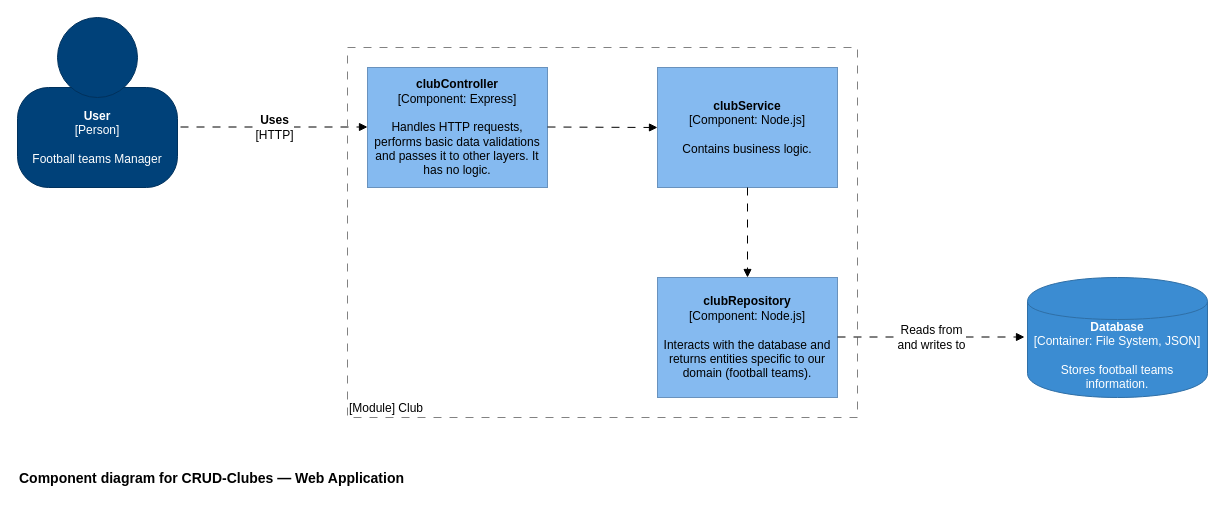
Leonelmarianog/crud-clubes keeps this draw.io diagram as docs/crud-clubes-level-3-diagram.drawio. Above is the earlier version. Source tidied: cells renumbered, new cells numbered last; positions are measured from the earlier drawing's top-left corner, leaving out a move shared by most shapes. Both pictures are drawn from the tidied source at 100%, with x=0, y=0 at pixel (17, 17).
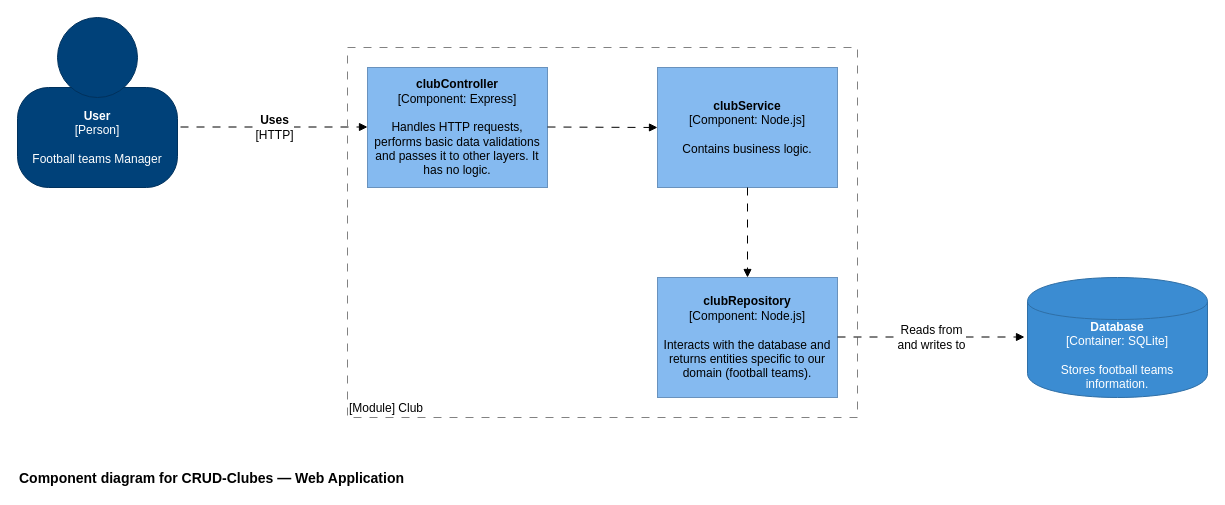
The same page after the edit.

What changed in the source:
```diff
@@
 <mxGraphModel background="#ffffff">
   <root>
     <mxCell id="0" />
     <mxCell id="1" parent="0" />
     <mxCell id="2" value="&lt;b style=&quot;font-size: 12px;&quot;&gt;Uses&lt;/b&gt;&lt;br style=&quot;font-size: 12px;&quot;&gt;[HTTP]" style="endArrow=block;html=1;fontSize=12;strokeWidth=1;endFill=1;dashed=1;dashPattern=8 8;elbow=vertical;entryX=0;entryY=0.5;entryDx=0;entryDy=0;exitX=1.019;exitY=0.4;exitDx=0;exitDy=0;exitPerimeter=0;" parent="1" edge="1">
       <mxGeometry relative="1" as="geometry">
         <mxPoint x="163" y="109.5" as="sourcePoint" />
         <mxPoint x="350" y="109.5" as="targetPoint" />
       </mxGeometry>
     </mxCell>
     <mxCell id="3" value="Component diagram for CRUD-Clubes &lt;span class=&quot;ILfuVd&quot;&gt;&lt;span class=&quot;hgKElc&quot;&gt;— Web Application&lt;br&gt;&lt;/span&gt;&lt;/span&gt;" style="text;html=1;align=left;verticalAlign=top;spacingTop=-4;fontSize=14;fontStyle=1;" parent="1" vertex="1">
       <mxGeometry y="450" width="410" height="20" as="geometry" />
     </mxCell>
-    <mxCell id="4" value="&lt;div style=&quot;color: rgb(255 , 255 , 255) ; white-space: normal ; font-size: 12px&quot;&gt;&lt;span style=&quot;font-size: 12px&quot;&gt;&lt;b style=&quot;font-size: 12px&quot;&gt;Database&lt;br style=&quot;font-size: 12px&quot;&gt;&lt;/b&gt;&lt;/span&gt;&lt;/div&gt;&lt;div style=&quot;color: rgb(255 , 255 , 255) ; font-size: 12px ; white-space: normal&quot;&gt;&lt;font style=&quot;font-size: 12px&quot;&gt;[Container: File System, JSON]&lt;/font&gt;&lt;/div&gt;&lt;div style=&quot;color: rgb(255 , 255 , 255) ; white-space: normal ; font-size: 12px&quot;&gt;&lt;font style=&quot;line-height: 9.6px ; font-size: 12px&quot;&gt;&lt;br style=&quot;font-size: 12px&quot;&gt;&lt;/font&gt;&lt;/div&gt;&lt;div style=&quot;color: rgb(255 , 255 , 255) ; white-space: normal ; font-size: 12px&quot;&gt;Stores football teams information.&lt;/div&gt;" style="shape=cylinder;whiteSpace=wrap;html=1;boundedLbl=1;backgroundOutline=1;strokeColor=#2F6FA6;strokeWidth=1;fillColor=#3B8CD2;fontSize=12;fontColor=#000000;align=center;" parent="1" vertex="1">
+    <mxCell id="4" value="&lt;div style=&quot;color: rgb(255 , 255 , 255) ; white-space: normal ; font-size: 12px&quot;&gt;&lt;span style=&quot;font-size: 12px&quot;&gt;&lt;b style=&quot;font-size: 12px&quot;&gt;Database&lt;br style=&quot;font-size: 12px&quot;&gt;&lt;/b&gt;&lt;/span&gt;&lt;/div&gt;&lt;div style=&quot;color: rgb(255 , 255 , 255) ; font-size: 12px ; white-space: normal&quot;&gt;&lt;font style=&quot;font-size: 12px&quot;&gt;[Container: SQLite]&lt;/font&gt;&lt;/div&gt;&lt;div style=&quot;color: rgb(255 , 255 , 255) ; white-space: normal ; font-size: 12px&quot;&gt;&lt;font style=&quot;line-height: 9.6px ; font-size: 12px&quot;&gt;&lt;br style=&quot;font-size: 12px&quot;&gt;&lt;/font&gt;&lt;/div&gt;&lt;div style=&quot;color: rgb(255 , 255 , 255) ; white-space: normal ; font-size: 12px&quot;&gt;Stores football teams information.&lt;/div&gt;" style="shape=cylinder;whiteSpace=wrap;html=1;boundedLbl=1;backgroundOutline=1;strokeColor=#2F6FA6;strokeWidth=1;fillColor=#3B8CD2;fontSize=12;fontColor=#000000;align=center;" parent="1" vertex="1">
       <mxGeometry x="1010" y="260" width="180" height="120" as="geometry" />
     </mxCell>
     <mxCell id="5" value="&lt;div&gt;&lt;font style=&quot;font-size: 12px&quot;&gt;&lt;br&gt;&lt;/font&gt;&lt;/div&gt;&lt;div&gt;&lt;font style=&quot;font-size: 12px&quot;&gt;&lt;br&gt;[Module] Club&lt;/font&gt;&lt;/div&gt;" style="rounded=0;whiteSpace=wrap;html=1;strokeColor=#828282;fillColor=none;fontColor=#000000;align=left;labelPosition=center;verticalLabelPosition=middle;verticalAlign=bottom;dashed=1;strokeWidth=1;perimeterSpacing=0;spacing=2;spacingTop=0;fontSize=12;dashPattern=8 8;" parent="1" vertex="1">
       <mxGeometry x="330" y="30" width="510" height="370" as="geometry" />
     </mxCell>
     <mxCell id="6" style="group;fontSize=12;" parent="1" vertex="1">
       <mxGeometry width="160" height="170" as="geometry" />
     </mxCell>
     <mxCell id="7" value="&lt;div style=&quot;color: rgb(255 , 255 , 255) ; white-space: normal&quot;&gt;&lt;font style=&quot;font-size: 12px&quot;&gt;&lt;span&gt;&lt;b&gt;User&lt;/b&gt;&lt;/span&gt;&lt;/font&gt;&lt;/div&gt;&lt;div style=&quot;color: rgb(255 , 255 , 255) ; white-space: normal&quot;&gt;&lt;font style=&quot;font-size: 12px&quot;&gt;[Person]&lt;/font&gt;&lt;/div&gt;&lt;div style=&quot;color: rgb(255 , 255 , 255) ; white-space: normal&quot;&gt;&lt;font style=&quot;font-size: 12px&quot;&gt;&lt;span&gt;&lt;br&gt;&lt;/span&gt;&lt;/font&gt;&lt;/div&gt;&lt;div style=&quot;color: rgb(255 , 255 , 255) ; white-space: normal&quot;&gt;&lt;font style=&quot;font-size: 12px&quot;&gt;Football teams Manager&lt;br&gt;&lt;/font&gt;&lt;/div&gt;" style="rounded=1;whiteSpace=wrap;html=1;strokeColor=#00315C;fillColor=#004179;fontColor=#000000;arcSize=31;" parent="6" vertex="1">
       <mxGeometry y="70" width="160" height="100" as="geometry" />
     </mxCell>
     <mxCell id="8" style="ellipse;whiteSpace=wrap;html=1;strokeColor=#00315C;fillColor=#004179;fontColor=#000000;" parent="6" vertex="1">
       <mxGeometry x="40" width="80" height="80" as="geometry" />
     </mxCell>
     <mxCell id="9" value="&lt;div style=&quot;font-size: 12px;&quot;&gt;&lt;span style=&quot;font-size: 12px;&quot;&gt;&lt;b style=&quot;font-size: 12px;&quot;&gt;clubController&lt;/b&gt;&lt;/span&gt;&lt;/div&gt;&lt;div style=&quot;font-size: 12px;&quot;&gt;&lt;span style=&quot;font-size: 12px;&quot;&gt;[Component: Express]&lt;/span&gt;&lt;/div&gt;&lt;div style=&quot;font-size: 12px;&quot;&gt;&lt;span style=&quot;font-size: 12px;&quot;&gt;&lt;br style=&quot;font-size: 12px;&quot;&gt;&lt;/span&gt;&lt;/div&gt;&lt;div style=&quot;font-size: 12px;&quot;&gt;&lt;font style=&quot;font-size: 12px;&quot;&gt;Handles HTTP requests, performs basic data validations and passes it to other layers. It has no logic.&lt;br style=&quot;font-size: 12px;&quot;&gt;&lt;/font&gt;&lt;/div&gt;" style="rounded=0;whiteSpace=wrap;html=1;fillColor=#85baf0;fontColor=#000000;strokeColor=#6992BD;fontSize=12;" parent="1" vertex="1">
       <mxGeometry x="350" y="50" width="180" height="120" as="geometry" />
     </mxCell>
     <mxCell id="10" value="&lt;div style=&quot;font-size: 12px;&quot;&gt;&lt;span style=&quot;font-size: 12px;&quot;&gt;&lt;b style=&quot;font-size: 12px;&quot;&gt;clubService&lt;/b&gt;&lt;/span&gt;&lt;/div&gt;&lt;div style=&quot;font-size: 12px;&quot;&gt;&lt;span style=&quot;font-size: 12px;&quot;&gt;[Component: Node.js]&lt;/span&gt;&lt;/div&gt;&lt;div style=&quot;font-size: 12px;&quot;&gt;&lt;span style=&quot;font-size: 12px;&quot;&gt;&lt;br style=&quot;font-size: 12px;&quot;&gt;&lt;/span&gt;&lt;/div&gt;&lt;div style=&quot;font-size: 12px;&quot;&gt;&lt;font style=&quot;font-size: 12px;&quot;&gt;Contains business logic.&lt;br style=&quot;font-size: 12px;&quot;&gt;&lt;/font&gt;&lt;/div&gt;" style="rounded=0;whiteSpace=wrap;html=1;fillColor=#85baf0;fontColor=#000000;strokeColor=#6992BD;fontSize=12;" parent="1" vertex="1">
       <mxGeometry x="640" y="50" width="180" height="120" as="geometry" />
     </mxCell>
     <mxCell id="11" value="&lt;div style=&quot;font-size: 12px&quot;&gt;&lt;span style=&quot;font-size: 12px&quot;&gt;&lt;b style=&quot;font-size: 12px&quot;&gt;clubRepository&lt;/b&gt;&lt;br style=&quot;font-size: 12px&quot;&gt;&lt;/span&gt;&lt;/div&gt;&lt;div style=&quot;font-size: 12px&quot;&gt;&lt;span style=&quot;font-size: 12px&quot;&gt;[Component: Node.js]&lt;/span&gt;&lt;/div&gt;&lt;div style=&quot;font-size: 12px&quot;&gt;&lt;span style=&quot;font-size: 12px&quot;&gt;&lt;br style=&quot;font-size: 12px&quot;&gt;&lt;/span&gt;&lt;/div&gt;&lt;div style=&quot;font-size: 12px&quot;&gt;&lt;font style=&quot;font-size: 12px&quot;&gt;Interacts with the database and returns entities specific to our domain (football teams).&lt;br style=&quot;font-size: 12px&quot;&gt;&lt;/font&gt;&lt;/div&gt;" style="rounded=0;whiteSpace=wrap;html=1;fillColor=#85baf0;fontColor=#000000;strokeColor=#6992BD;fontSize=12;" parent="1" vertex="1">
       <mxGeometry x="640" y="260" width="180" height="120" as="geometry" />
     </mxCell>
     <mxCell id="12" style="endArrow=block;html=1;fontSize=12;strokeWidth=1;endFill=1;dashed=1;dashPattern=8 8;elbow=vertical;exitX=1.019;exitY=0.4;exitDx=0;exitDy=0;exitPerimeter=0;" parent="1" edge="1">
       <mxGeometry x="-0.04" relative="1" as="geometry">
         <mxPoint x="530" y="109.5" as="sourcePoint" />
         <mxPoint x="640" y="110" as="targetPoint" />
       </mxGeometry>
     </mxCell>
     <mxCell id="13" style="endArrow=block;html=1;fontSize=12;strokeWidth=1;endFill=1;dashed=1;dashPattern=8 8;elbow=vertical;exitX=0.5;exitY=1;exitDx=0;exitDy=0;" parent="1" edge="1" source="10" target="11">
       <mxGeometry x="-0.04" relative="1" as="geometry" />
     </mxCell>
     <mxCell id="14" value="&lt;div&gt;Reads from &lt;br&gt;&lt;/div&gt;&lt;div&gt;and writes to&lt;/div&gt;" style="endArrow=block;html=1;fontSize=12;strokeWidth=1;endFill=1;dashed=1;dashPattern=8 8;elbow=vertical;entryX=0;entryY=0.5;entryDx=0;entryDy=0;exitX=1.019;exitY=0.4;exitDx=0;exitDy=0;exitPerimeter=0;" parent="1" edge="1">
       <mxGeometry relative="1" as="geometry">
         <mxPoint x="820" y="319.5" as="sourcePoint" />
         <mxPoint x="1007" y="319.5" as="targetPoint" />
       </mxGeometry>
     </mxCell>
   </root>
 </mxGraphModel>
```
